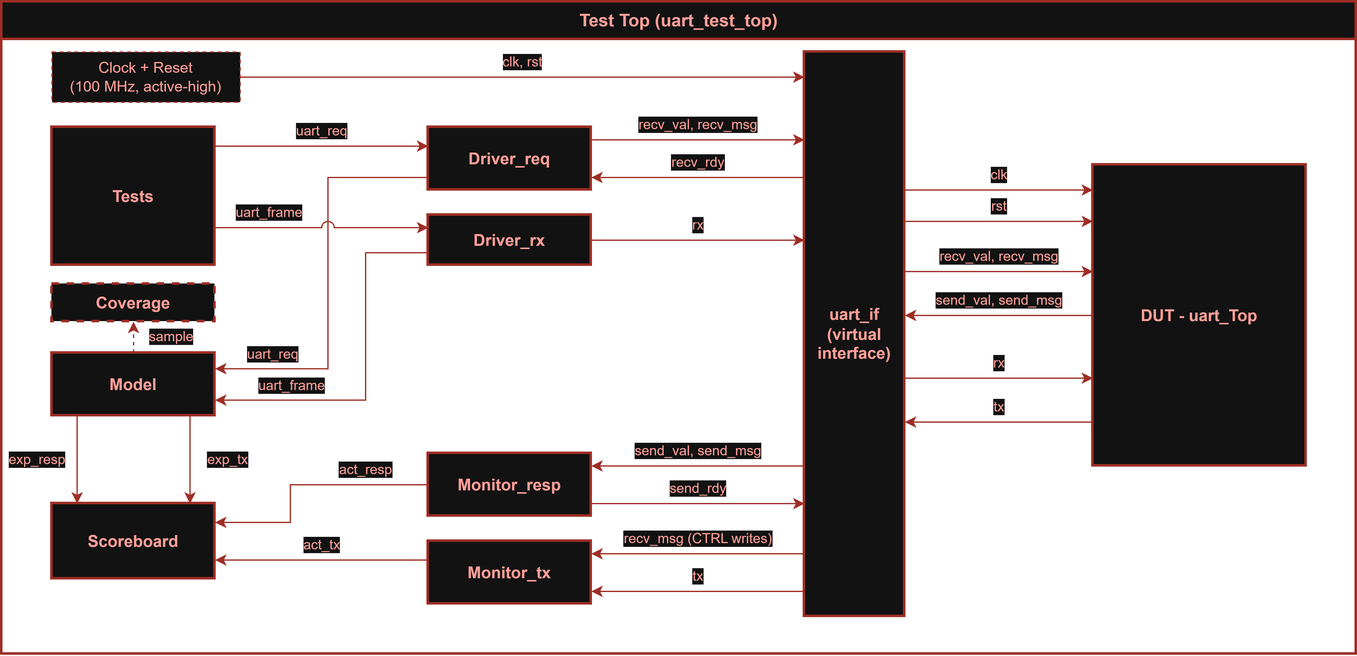
Above: docs/uart_tb_top.png in ri65-raidul/uart-testbench (draw.io), before the change. Source tidied: cells renumbered, new cells last; positions are measured from the earlier drawing's top-left corner, leaving out a move shared by most shapes.
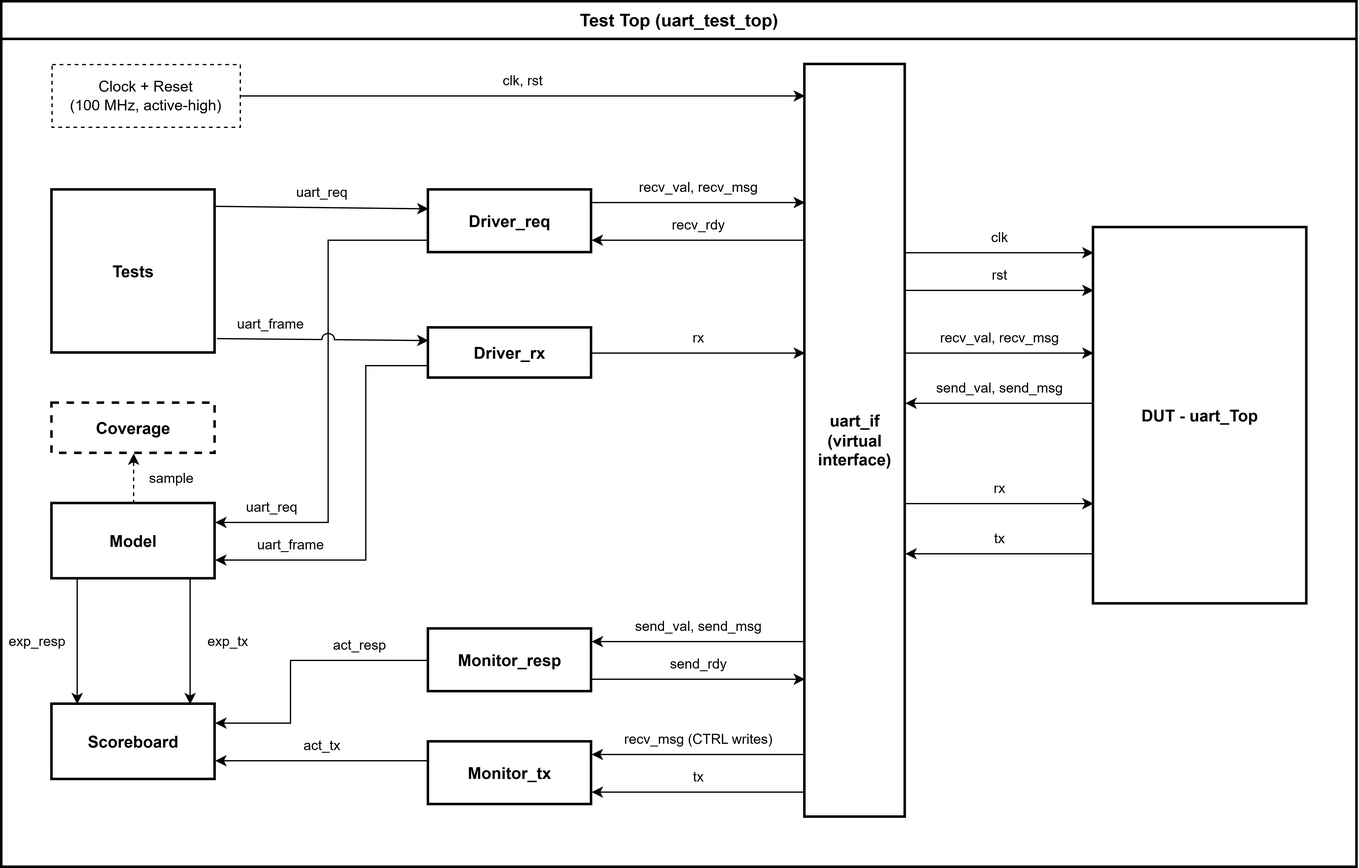
Above is the later version.

Change to the diagram source:
```diff
@@ -2,124 +2,124 @@
   <root>
     <mxCell id="0" />
     <mxCell id="1" parent="0" />
-    <mxCell id="2" value="Test Top (uart_test_top)" style="swimlane;rounded=0;arcSize=2;whiteSpace=wrap;html=1;fontStyle=1;fontSize=14;strokeWidth=2;startSize=30;strokeColor=light-dark(#9E2E25,#9E2E25);fontColor=#9E2E25;" parent="1" vertex="1">
-      <mxGeometry width="1080" height="520" as="geometry" />
+    <mxCell id="2" value="Test Top (uart_test_top)" style="swimlane;rounded=0;arcSize=2;whiteSpace=wrap;html=1;fontStyle=1;fontSize=14;strokeWidth=2;startSize=30;" parent="1" vertex="1">
+      <mxGeometry width="1080" height="690" as="geometry" />
     </mxCell>
-    <mxCell id="3" value="Clock + Reset&lt;br&gt;(100 MHz, active-high)" style="rounded=0;whiteSpace=wrap;html=1;dashed=1;fontSize=12;strokeColor=light-dark(#9E2E25,#9E2E25);fontColor=#9E2E25;" parent="2" vertex="1">
-      <mxGeometry x="40" y="40" width="150" height="40" as="geometry" />
+    <mxCell id="3" value="Clock + Reset&lt;br&gt;(100 MHz, active-high)" style="rounded=0;whiteSpace=wrap;html=1;dashed=1;fontSize=12;" parent="2" vertex="1">
+      <mxGeometry x="40" y="50" width="150" height="50" as="geometry" />
     </mxCell>
-    <mxCell id="4" value="Tests" style="rounded=0;whiteSpace=wrap;html=1;fontSize=13;fontStyle=1;strokeWidth=2;strokeColor=light-dark(#9E2E25,#9E2E25);fontColor=#9E2E25;" parent="2" vertex="1">
-      <mxGeometry x="40" y="100" width="130" height="110" as="geometry" />
+    <mxCell id="4" value="Tests" style="rounded=0;whiteSpace=wrap;html=1;fontSize=13;fontStyle=1;strokeWidth=2;" parent="2" vertex="1">
+      <mxGeometry x="40" y="150" width="130" height="130" as="geometry" />
     </mxCell>
-    <mxCell id="5" value="Coverage" style="rounded=0;whiteSpace=wrap;html=1;fontSize=13;fontStyle=1;strokeWidth=2;dashed=1;strokeColor=light-dark(#9E2E25,#9E2E25);fontColor=#9E2E25;" parent="2" vertex="1">
-      <mxGeometry x="40" y="225" width="130" height="30" as="geometry" />
+    <mxCell id="5" value="Coverage" style="rounded=0;whiteSpace=wrap;html=1;fontSize=13;fontStyle=1;strokeWidth=2;dashed=1;" parent="2" vertex="1">
+      <mxGeometry x="40" y="320" width="130" height="40" as="geometry" />
     </mxCell>
-    <mxCell id="6" value="Model" style="rounded=0;whiteSpace=wrap;html=1;fontSize=13;fontStyle=1;strokeWidth=2;strokeColor=light-dark(#9E2E25,#9E2E25);fontColor=#9E2E25;" parent="2" vertex="1">
-      <mxGeometry x="40" y="280" width="130" height="50" as="geometry" />
+    <mxCell id="6" value="Model" style="rounded=0;whiteSpace=wrap;html=1;fontSize=13;fontStyle=1;strokeWidth=2;" parent="2" vertex="1">
+      <mxGeometry x="40" y="400" width="130" height="60" as="geometry" />
     </mxCell>
-    <mxCell id="7" value="Scoreboard" style="rounded=0;whiteSpace=wrap;html=1;fontSize=13;fontStyle=1;strokeWidth=2;strokeColor=light-dark(#9E2E25,#9E2E25);fontColor=#9E2E25;" parent="2" vertex="1">
-      <mxGeometry x="40" y="400" width="130" height="60" as="geometry" />
+    <mxCell id="7" value="Scoreboard" style="rounded=0;whiteSpace=wrap;html=1;fontSize=13;fontStyle=1;strokeWidth=2;" parent="2" vertex="1">
+      <mxGeometry x="40" y="560" width="130" height="60" as="geometry" />
     </mxCell>
-    <mxCell id="8" value="Driver_req" style="rounded=0;whiteSpace=wrap;html=1;fontSize=13;fontStyle=1;strokeWidth=2;strokeColor=light-dark(#9E2E25,#9E2E25);fontColor=#9E2E25;" parent="2" vertex="1">
-      <mxGeometry x="340" y="100" width="130" height="50" as="geometry" />
+    <mxCell id="8" value="Driver_req" style="rounded=0;whiteSpace=wrap;html=1;fontSize=13;fontStyle=1;strokeWidth=2;" parent="2" vertex="1">
+      <mxGeometry x="340" y="150" width="130" height="50" as="geometry" />
     </mxCell>
-    <mxCell id="9" value="Driver_rx" style="rounded=0;whiteSpace=wrap;html=1;fontSize=13;fontStyle=1;strokeWidth=2;strokeColor=light-dark(#9E2E25,#9E2E25);fontColor=#9E2E25;" parent="2" vertex="1">
-      <mxGeometry x="340" y="170" width="130" height="40" as="geometry" />
+    <mxCell id="9" value="Driver_rx" style="rounded=0;whiteSpace=wrap;html=1;fontSize=13;fontStyle=1;strokeWidth=2;" parent="2" vertex="1">
+      <mxGeometry x="340" y="260" width="130" height="40" as="geometry" />
     </mxCell>
-    <mxCell id="10" value="Monitor_resp" style="rounded=0;whiteSpace=wrap;html=1;fontSize=13;fontStyle=1;strokeWidth=2;strokeColor=light-dark(#9E2E25,#9E2E25);fontColor=#9E2E25;" parent="2" vertex="1">
-      <mxGeometry x="340" y="360" width="130" height="50" as="geometry" />
+    <mxCell id="10" value="Monitor_resp" style="rounded=0;whiteSpace=wrap;html=1;fontSize=13;fontStyle=1;strokeWidth=2;" parent="2" vertex="1">
+      <mxGeometry x="340" y="500" width="130" height="50" as="geometry" />
     </mxCell>
-    <mxCell id="11" value="Monitor_tx" style="rounded=0;whiteSpace=wrap;html=1;fontSize=13;fontStyle=1;strokeWidth=2;strokeColor=light-dark(#9E2E25,#9E2E25);fontColor=#9E2E25;" parent="2" vertex="1">
-      <mxGeometry x="340" y="430" width="130" height="50" as="geometry" />
+    <mxCell id="11" value="Monitor_tx" style="rounded=0;whiteSpace=wrap;html=1;fontSize=13;fontStyle=1;strokeWidth=2;" parent="2" vertex="1">
+      <mxGeometry x="340" y="590" width="130" height="50" as="geometry" />
     </mxCell>
-    <mxCell id="12" value="uart_if&lt;br&gt;(virtual interface)" style="rounded=0;whiteSpace=wrap;html=1;fontSize=13;fontStyle=1;strokeWidth=2;strokeColor=light-dark(#9E2E25,#9E2E25);fontColor=#9E2E25;" parent="2" vertex="1">
-      <mxGeometry x="640" y="40" width="80" height="450" as="geometry" />
+    <mxCell id="12" value="uart_if&lt;br&gt;(virtual interface)" style="rounded=0;whiteSpace=wrap;html=1;fontSize=13;fontStyle=1;strokeWidth=2;" parent="2" vertex="1">
+      <mxGeometry x="640" y="50" width="80" height="600" as="geometry" />
     </mxCell>
-    <mxCell id="13" value="DUT - uart_Top" style="rounded=0;whiteSpace=wrap;html=1;fontSize=13;fontStyle=1;strokeWidth=2;strokeColor=light-dark(#9E2E25,#9E2E25);fontColor=#9E2E25;" parent="2" vertex="1">
-      <mxGeometry x="870" y="130" width="170" height="240" as="geometry" />
+    <mxCell id="13" value="DUT - uart_Top" style="rounded=0;whiteSpace=wrap;html=1;fontSize=13;fontStyle=1;strokeWidth=2;" parent="2" vertex="1">
+      <mxGeometry x="870" y="180" width="170" height="300" as="geometry" />
     </mxCell>
-    <mxCell id="14" value="clk, rst" style="html=1;endArrow=classic;rounded=0;fontSize=11;exitX=1;exitY=0.5;exitDx=0;exitDy=0;entryX=0;entryY=0.044444;entryDx=0;entryDy=0;strokeColor=light-dark(#9E2E25,#9E2E25);fontColor=#9E2E25;" parent="2" edge="1" source="3" target="12">
+    <mxCell id="14" value="clk, rst" style="html=1;endArrow=classic;rounded=0;fontSize=11;exitX=1;exitY=0.5;exitDx=0;exitDy=0;entryX=0;entryY=0.041667;entryDx=0;entryDy=0;" parent="2" edge="1" source="3" target="12">
       <mxGeometry y="12" relative="1" as="geometry" />
     </mxCell>
-    <mxCell id="15" value="uart_req" style="html=1;endArrow=classic;rounded=0;fontSize=11;exitX=1;exitY=0.136364;exitDx=0;exitDy=0;entryX=0;entryY=0.3;entryDx=0;entryDy=0;strokeColor=light-dark(#9E2E25,#9E2E25);fontColor=#9E2E25;" parent="2" edge="1" source="4" target="8">
+    <mxCell id="15" value="uart_req" style="html=1;endArrow=classic;rounded=0;fontSize=11;exitX=1;exitY=0.1;exitDx=0;exitDy=0;entryX=0;entryY=0.3;entryDx=0;entryDy=0;" parent="2" edge="1" source="4" target="8">
       <mxGeometry y="12" relative="1" as="geometry" />
     </mxCell>
-    <mxCell id="16" value="uart_req" style="html=1;endArrow=classic;rounded=0;fontSize=11;edgeStyle=orthogonalEdgeStyle;exitX=0;exitY=0.8;exitDx=0;exitDy=0;entryX=1;entryY=0.25;entryDx=0;entryDy=0;strokeColor=light-dark(#9E2E25,#9E2E25);fontColor=#9E2E25;" parent="2" edge="1" source="8" target="6">
-      <mxGeometry x="0.72" y="-12" relative="1" as="geometry">
+    <mxCell id="16" value="uart_req" style="html=1;endArrow=classic;rounded=0;fontSize=11;edgeStyle=orthogonalEdgeStyle;exitX=0;exitY=0.8;exitDx=0;exitDy=0;entryX=1;entryY=0.25;entryDx=0;entryDy=0;" parent="2" edge="1" source="8" target="6">
+      <mxGeometry x="0.77" y="-12" relative="1" as="geometry">
         <Array as="points">
-          <mxPoint x="260" y="140" />
-          <mxPoint x="260" y="292.5" />
+          <mxPoint x="260" y="190" />
+          <mxPoint x="260" y="415" />
         </Array>
       </mxGeometry>
     </mxCell>
-    <mxCell id="17" value="uart_frame" style="html=1;endArrow=classic;rounded=0;fontSize=11;edgeStyle=orthogonalEdgeStyle;exitX=0;exitY=0.75;exitDx=0;exitDy=0;entryX=1;entryY=0.75;entryDx=0;entryDy=0;strokeColor=light-dark(#9E2E25,#9E2E25);fontColor=#9E2E25;" parent="2" edge="1" source="9" target="6">
-      <mxGeometry x="0.58" y="-12" relative="1" as="geometry">
+    <mxCell id="17" value="uart_frame" style="html=1;endArrow=classic;rounded=0;fontSize=11;edgeStyle=orthogonalEdgeStyle;exitX=0;exitY=0.75;exitDx=0;exitDy=0;entryX=1;entryY=0.75;entryDx=0;entryDy=0;" parent="2" edge="1" source="9" target="6">
+      <mxGeometry x="0.63" y="-12" relative="1" as="geometry">
         <Array as="points">
-          <mxPoint x="290" y="200" />
-          <mxPoint x="290" y="317.5" />
+          <mxPoint x="290" y="290" />
+          <mxPoint x="290" y="445" />
         </Array>
       </mxGeometry>
     </mxCell>
-    <mxCell id="18" value="uart_frame" style="html=1;endArrow=classic;rounded=0;fontSize=11;jumpStyle=arc;jumpSize=10;exitX=1;exitY=0.727273;exitDx=0;exitDy=0;entryX=0;entryY=0.25;entryDx=0;entryDy=0;strokeColor=light-dark(#9E2E25,#9E2E25);fontColor=#9E2E25;" parent="2" edge="1" source="4" target="9">
+    <mxCell id="18" value="uart_frame" style="html=1;endArrow=classic;rounded=0;fontSize=11;jumpStyle=arc;jumpSize=10;exitX=1.011;exitY=0.911;exitDx=0;exitDy=0;entryX=0;entryY=0.25;entryDx=0;entryDy=0;exitPerimeter=0;" parent="2" edge="1" source="4" target="9">
       <mxGeometry x="-0.5" y="12" relative="1" as="geometry" />
     </mxCell>
-    <mxCell id="19" value="recv_val, recv_msg" style="html=1;endArrow=classic;rounded=0;fontSize=11;exitX=1;exitY=0.2;exitDx=0;exitDy=0;entryX=0;entryY=0.155556;entryDx=0;entryDy=0;strokeColor=light-dark(#9E2E25,#9E2E25);fontColor=#9E2E25;" parent="2" edge="1" source="8" target="12">
+    <mxCell id="19" value="recv_val, recv_msg" style="html=1;endArrow=classic;rounded=0;fontSize=11;exitX=1;exitY=0.2;exitDx=0;exitDy=0;entryX=0;entryY=0.183333;entryDx=0;entryDy=0;" parent="2" edge="1" source="8" target="12">
       <mxGeometry y="12" relative="1" as="geometry" />
     </mxCell>
-    <mxCell id="20" value="recv_rdy" style="html=1;endArrow=classic;rounded=0;fontSize=11;exitX=0;exitY=0.222222;exitDx=0;exitDy=0;entryX=1;entryY=0.8;entryDx=0;entryDy=0;strokeColor=light-dark(#9E2E25,#9E2E25);fontColor=#9E2E25;" parent="2" edge="1" source="12" target="8">
+    <mxCell id="20" value="recv_rdy" style="html=1;endArrow=classic;rounded=0;fontSize=11;exitX=0;exitY=0.233333;exitDx=0;exitDy=0;entryX=1;entryY=0.8;entryDx=0;entryDy=0;" parent="2" edge="1" source="12" target="8">
       <mxGeometry y="-12" relative="1" as="geometry" />
     </mxCell>
-    <mxCell id="21" value="rx" style="html=1;endArrow=classic;rounded=0;fontSize=11;exitX=1;exitY=0.5;exitDx=0;exitDy=0;entryX=0;entryY=0.333333;entryDx=0;entryDy=0;strokeColor=light-dark(#9E2E25,#9E2E25);fontColor=#9E2E25;" parent="2" edge="1" source="9" target="12">
+    <mxCell id="21" value="rx" style="html=1;endArrow=classic;rounded=0;fontSize=11;exitX=1;exitY=0.5;exitDx=0;exitDy=0;entryX=0;entryY=0.383333;entryDx=0;entryDy=0;" parent="2" edge="1" source="9" target="12">
       <mxGeometry y="12" relative="1" as="geometry" />
     </mxCell>
-    <mxCell id="22" value="send_val, send_msg" style="html=1;endArrow=classic;rounded=0;fontSize=11;exitX=0;exitY=0.733333;exitDx=0;exitDy=0;entryX=1;entryY=0.2;entryDx=0;entryDy=0;strokeColor=light-dark(#9E2E25,#9E2E25);fontColor=#9E2E25;" parent="2" edge="1" source="12" target="10">
+    <mxCell id="22" value="send_val, send_msg" style="html=1;endArrow=classic;rounded=0;fontSize=11;exitX=0;exitY=0.766667;exitDx=0;exitDy=0;entryX=1;entryY=0.2;entryDx=0;entryDy=0;" parent="2" edge="1" source="12" target="10">
       <mxGeometry y="-12" relative="1" as="geometry" />
     </mxCell>
-    <mxCell id="23" value="send_rdy" style="html=1;endArrow=classic;rounded=0;fontSize=11;exitX=1;exitY=0.8;exitDx=0;exitDy=0;entryX=0;entryY=0.8;entryDx=0;entryDy=0;strokeColor=light-dark(#9E2E25,#9E2E25);fontColor=#9E2E25;" parent="2" edge="1" source="10" target="12">
+    <mxCell id="23" value="send_rdy" style="html=1;endArrow=classic;rounded=0;fontSize=11;exitX=1;exitY=0.8;exitDx=0;exitDy=0;entryX=0;entryY=0.816667;entryDx=0;entryDy=0;" parent="2" edge="1" source="10" target="12">
       <mxGeometry y="12" relative="1" as="geometry" />
     </mxCell>
-    <mxCell id="24" value="recv_msg (CTRL writes)" style="html=1;endArrow=classic;rounded=0;fontSize=11;exitX=0;exitY=0.888889;exitDx=0;exitDy=0;entryX=1;entryY=0.2;entryDx=0;entryDy=0;strokeColor=light-dark(#9E2E25,#9E2E25);fontColor=#9E2E25;" parent="2" edge="1" source="12" target="11">
+    <mxCell id="24" value="recv_msg (CTRL writes)" style="html=1;endArrow=classic;rounded=0;fontSize=11;exitX=0;exitY=0.916667;exitDx=0;exitDy=0;entryX=1;entryY=0.2;entryDx=0;entryDy=0;" parent="2" edge="1" source="12" target="11">
       <mxGeometry y="-12" relative="1" as="geometry" />
     </mxCell>
-    <mxCell id="25" value="tx" style="html=1;endArrow=classic;rounded=0;fontSize=11;exitX=0;exitY=0.955556;exitDx=0;exitDy=0;entryX=1;entryY=0.8;entryDx=0;entryDy=0;strokeColor=light-dark(#9E2E25,#9E2E25);fontColor=#9E2E25;" parent="2" edge="1" source="12" target="11">
+    <mxCell id="25" value="tx" style="html=1;endArrow=classic;rounded=0;fontSize=11;exitX=0;exitY=0.966667;exitDx=0;exitDy=0;entryX=1;entryY=0.8;entryDx=0;entryDy=0;" parent="2" edge="1" source="12" target="11">
       <mxGeometry y="-12" relative="1" as="geometry" />
     </mxCell>
-    <mxCell id="26" value="act_resp" style="html=1;endArrow=classic;rounded=0;fontSize=11;edgeStyle=orthogonalEdgeStyle;exitX=0;exitY=0.5;exitDx=0;exitDy=0;entryX=1;entryY=0.25;entryDx=0;entryDy=0;strokeColor=light-dark(#9E2E25,#9E2E25);fontColor=#9E2E25;" parent="2" edge="1" source="10" target="7">
+    <mxCell id="26" value="act_resp" style="html=1;endArrow=classic;rounded=0;fontSize=11;edgeStyle=orthogonalEdgeStyle;exitX=0;exitY=0.5;exitDx=0;exitDy=0;entryX=1;entryY=0.25;entryDx=0;entryDy=0;" parent="2" edge="1" source="10" target="7">
       <mxGeometry x="-0.5" y="-12" relative="1" as="geometry">
         <Array as="points">
-          <mxPoint x="230" y="385" />
-          <mxPoint x="230" y="415" />
+          <mxPoint x="230" y="525" />
+          <mxPoint x="230" y="575" />
         </Array>
       </mxGeometry>
     </mxCell>
-    <mxCell id="27" value="act_tx" style="html=1;endArrow=classic;rounded=0;fontSize=11;exitX=0;exitY=0.3;exitDx=0;exitDy=0;entryX=1;entryY=0.75;entryDx=0;entryDy=0;strokeColor=light-dark(#9E2E25,#9E2E25);fontColor=#9E2E25;" parent="2" edge="1" source="11" target="7">
+    <mxCell id="27" value="act_tx" style="html=1;endArrow=classic;rounded=0;fontSize=11;exitX=0;exitY=0.3;exitDx=0;exitDy=0;entryX=1;entryY=0.75;entryDx=0;entryDy=0;" parent="2" edge="1" source="11" target="7">
       <mxGeometry y="-12" relative="1" as="geometry" />
     </mxCell>
-    <mxCell id="28" value="exp_resp" style="html=1;endArrow=classic;rounded=0;fontSize=11;exitX=0.153846;exitY=1;exitDx=0;exitDy=0;entryX=0.153846;entryY=0;entryDx=0;entryDy=0;strokeColor=light-dark(#9E2E25,#9E2E25);fontColor=#9E2E25;" parent="2" edge="1" source="6" target="7">
+    <mxCell id="28" value="exp_resp" style="html=1;endArrow=classic;rounded=0;fontSize=11;exitX=0.153846;exitY=1;exitDx=0;exitDy=0;entryX=0.153846;entryY=0;entryDx=0;entryDy=0;" parent="2" edge="1" source="6" target="7">
       <mxGeometry y="-32" relative="1" as="geometry" />
     </mxCell>
-    <mxCell id="29" value="exp_tx" style="html=1;endArrow=classic;rounded=0;fontSize=11;exitX=0.846154;exitY=1;exitDx=0;exitDy=0;entryX=0.846154;entryY=0;entryDx=0;entryDy=0;strokeColor=light-dark(#9E2E25,#9E2E25);fontColor=#9E2E25;" parent="2" edge="1" source="6" target="7">
+    <mxCell id="29" value="exp_tx" style="html=1;endArrow=classic;rounded=0;fontSize=11;exitX=0.846154;exitY=1;exitDx=0;exitDy=0;entryX=0.846154;entryY=0;entryDx=0;entryDy=0;" parent="2" edge="1" source="6" target="7">
       <mxGeometry y="30" relative="1" as="geometry" />
     </mxCell>
-    <mxCell id="30" value="sample" style="html=1;endArrow=classic;rounded=0;fontSize=11;dashed=1;exitX=0.5;exitY=0;exitDx=0;exitDy=0;entryX=0.5;entryY=1;entryDx=0;entryDy=0;strokeColor=light-dark(#9E2E25,#9E2E25);fontColor=#9E2E25;" parent="2" edge="1" source="6" target="5">
+    <mxCell id="30" value="sample" style="html=1;endArrow=classic;rounded=0;fontSize=11;dashed=1;exitX=0.5;exitY=0;exitDx=0;exitDy=0;entryX=0.5;entryY=1;entryDx=0;entryDy=0;" parent="2" edge="1" source="6" target="5">
       <mxGeometry y="-30" relative="1" as="geometry" />
     </mxCell>
-    <mxCell id="31" value="clk" style="html=1;endArrow=classic;rounded=0;fontSize=11;exitX=1;exitY=0.244444;exitDx=0;exitDy=0;entryX=0;entryY=0.083333;entryDx=0;entryDy=0;strokeColor=light-dark(#9E2E25,#9E2E25);fontColor=#9E2E25;" parent="2" edge="1" source="12" target="13">
+    <mxCell id="31" value="clk" style="html=1;endArrow=classic;rounded=0;fontSize=11;exitX=1;exitY=0.25;exitDx=0;exitDy=0;entryX=0;entryY=0.066667;entryDx=0;entryDy=0;" parent="2" edge="1" source="12" target="13">
       <mxGeometry y="12" relative="1" as="geometry" />
     </mxCell>
-    <mxCell id="32" value="rst" style="html=1;endArrow=classic;rounded=0;fontSize=11;exitX=1;exitY=0.3;exitDx=0;exitDy=0;entryX=0;entryY=0.1875;entryDx=0;entryDy=0;strokeColor=light-dark(#9E2E25,#9E2E25);fontColor=#9E2E25;" parent="2" edge="1" source="12" target="13">
+    <mxCell id="32" value="rst" style="html=1;endArrow=classic;rounded=0;fontSize=11;exitX=1;exitY=0.3;exitDx=0;exitDy=0;entryX=0;entryY=0.166667;entryDx=0;entryDy=0;" parent="2" edge="1" source="12" target="13">
       <mxGeometry y="12" relative="1" as="geometry" />
     </mxCell>
-    <mxCell id="33" value="recv_val, recv_msg" style="html=1;endArrow=classic;rounded=0;fontSize=11;exitX=1;exitY=0.388889;exitDx=0;exitDy=0;entryX=0;entryY=0.354167;entryDx=0;entryDy=0;strokeColor=light-dark(#9E2E25,#9E2E25);fontColor=#9E2E25;" parent="2" edge="1" source="12" target="13">
+    <mxCell id="33" value="recv_val, recv_msg" style="html=1;endArrow=classic;rounded=0;fontSize=11;exitX=1;exitY=0.383333;exitDx=0;exitDy=0;entryX=0;entryY=0.333333;entryDx=0;entryDy=0;" parent="2" edge="1" source="12" target="13">
       <mxGeometry y="12" relative="1" as="geometry" />
     </mxCell>
-    <mxCell id="34" value="send_val, send_msg" style="html=1;endArrow=classic;rounded=0;fontSize=11;exitX=0;exitY=0.5;exitDx=0;exitDy=0;entryX=1;entryY=0.466667;entryDx=0;entryDy=0;strokeColor=light-dark(#9E2E25,#9E2E25);fontColor=#9E2E25;" parent="2" edge="1" source="13" target="12">
+    <mxCell id="34" value="send_val, send_msg" style="html=1;endArrow=classic;rounded=0;fontSize=11;exitX=0;exitY=0.466667;exitDx=0;exitDy=0;entryX=1;entryY=0.45;entryDx=0;entryDy=0;" parent="2" edge="1" source="13" target="12">
       <mxGeometry y="-12" relative="1" as="geometry" />
     </mxCell>
-    <mxCell id="35" value="rx" style="html=1;endArrow=classic;rounded=0;fontSize=11;exitX=1;exitY=0.577778;exitDx=0;exitDy=0;entryX=0;entryY=0.708333;entryDx=0;entryDy=0;strokeColor=light-dark(#9E2E25,#9E2E25);fontColor=#9E2E25;" parent="2" edge="1" source="12" target="13">
+    <mxCell id="35" value="rx" style="html=1;endArrow=classic;rounded=0;fontSize=11;exitX=1;exitY=0.583333;exitDx=0;exitDy=0;entryX=0;entryY=0.733333;entryDx=0;entryDy=0;" parent="2" edge="1" source="12" target="13">
       <mxGeometry y="12" relative="1" as="geometry" />
     </mxCell>
-    <mxCell id="36" value="tx" style="html=1;endArrow=classic;rounded=0;fontSize=11;exitX=0;exitY=0.854167;exitDx=0;exitDy=0;entryX=1;entryY=0.655556;entryDx=0;entryDy=0;strokeColor=light-dark(#9E2E25,#9E2E25);fontColor=#9E2E25;" parent="2" edge="1" source="13" target="12">
+    <mxCell id="36" value="tx" style="html=1;endArrow=classic;rounded=0;fontSize=11;exitX=0;exitY=0.866667;exitDx=0;exitDy=0;entryX=1;entryY=0.65;entryDx=0;entryDy=0;" parent="2" edge="1" source="13" target="12">
       <mxGeometry y="-12" relative="1" as="geometry" />
     </mxCell>
   </root>
```
